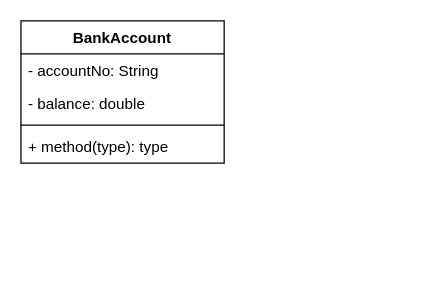
The draw.io diagram BankAccount.drawio in cthompson-gcsu/csci-1301, before the edit. Source tidied: cells renumbered, new cells numbered last; positions are measured from the earlier drawing's top-left corner, leaving out a move shared by most shapes. Both pictures are drawn from the tidied source at 127%, with x=0, y=0 at pixel (20, 20).
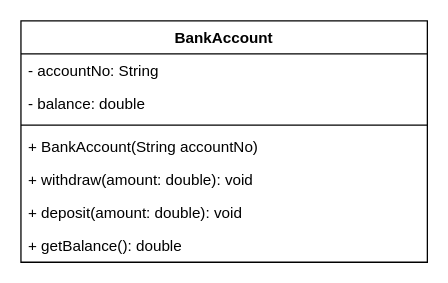
Above is the later version.

Change to the diagram source:
```diff
@@
 <mxGraphModel>
   <root>
     <mxCell id="0" />
     <mxCell id="1" parent="0" />
     <mxCell id="2" value="BankAccount" style="swimlane;fontStyle=1;align=center;verticalAlign=top;horizontal=1;startSize=26;" parent="1" vertex="1">
-      <mxGeometry width="160" height="112" as="geometry" />
+      <mxGeometry width="320" height="190" as="geometry" />
     </mxCell>
     <mxCell id="3" value="- accountNo: String" style="text;strokeColor=none;fillColor=none;align=left;verticalAlign=top;spacingLeft=4;spacingRight=4;overflow=hidden;" parent="2" vertex="1">
-      <mxGeometry y="26" width="160" height="26" as="geometry" />
+      <mxGeometry y="26" width="320" height="26" as="geometry" />
     </mxCell>
     <mxCell id="4" value="- balance: double" style="text;strokeColor=none;fillColor=none;align=left;verticalAlign=top;spacingLeft=4;spacingRight=4;overflow=hidden;" parent="2" vertex="1">
-      <mxGeometry y="52" width="160" height="26" as="geometry" />
+      <mxGeometry y="52" width="320" height="26" as="geometry" />
     </mxCell>
     <mxCell id="5" style="line;strokeWidth=1;fillColor=none;align=left;verticalAlign=middle;spacingTop=-1;spacingLeft=3;spacingRight=3;labelPosition=right;strokeColor=inherit;" parent="2" vertex="1">
-      <mxGeometry y="78" width="160" height="8" as="geometry" />
+      <mxGeometry y="78" width="320" height="8" as="geometry" />
     </mxCell>
+    <mxCell id="7" value="+ BankAccount(String accountNo)" style="text;strokeColor=none;fillColor=none;align=left;verticalAlign=top;spacingLeft=4;spacingRight=4;overflow=hidden;" parent="2" vertex="1">
+      <mxGeometry y="86" width="320" height="26" as="geometry" />
+    </mxCell>
-    <mxCell id="6" value="+ method(type): type" style="text;strokeColor=none;fillColor=none;align=left;verticalAlign=top;spacingLeft=4;spacingRight=4;overflow=hidden;" parent="2" vertex="1">
-      <mxGeometry y="86" width="160" height="26" as="geometry" />
+    <mxCell id="6" value="+ withdraw(amount: double): void" style="text;strokeColor=none;fillColor=none;align=left;verticalAlign=top;spacingLeft=4;spacingRight=4;overflow=hidden;" parent="2" vertex="1">
+      <mxGeometry y="112" width="320" height="26" as="geometry" />
     </mxCell>
+    <mxCell id="8" value="+ deposit(amount: double): void" style="text;strokeColor=none;fillColor=none;align=left;verticalAlign=top;spacingLeft=4;spacingRight=4;overflow=hidden;" parent="2" vertex="1">
+      <mxGeometry y="138" width="320" height="26" as="geometry" />
+    </mxCell>
+    <mxCell id="9" value="+ getBalance(): double" style="text;strokeColor=none;fillColor=none;align=left;verticalAlign=top;spacingLeft=4;spacingRight=4;overflow=hidden;" parent="2" vertex="1">
+      <mxGeometry y="164" width="320" height="26" as="geometry" />
+    </mxCell>
   </root>
 </mxGraphModel>
```
